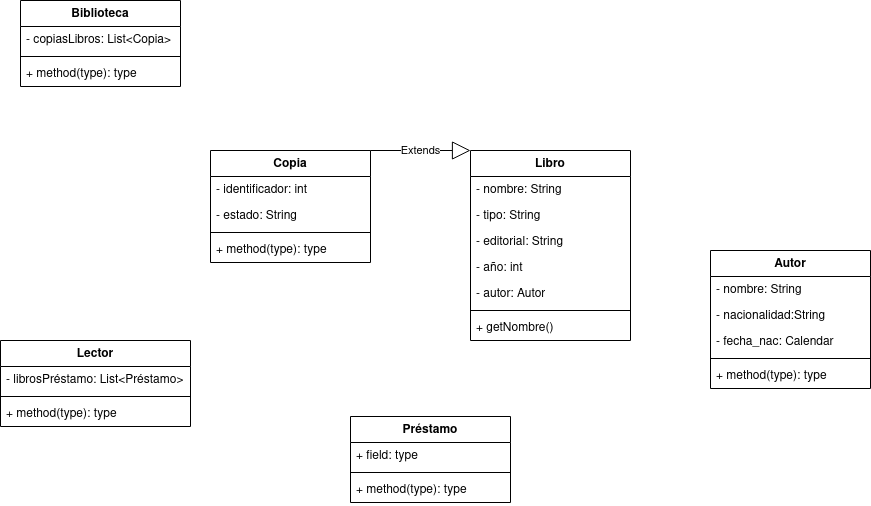
Above: unidad-4/biblioteca-maxi.png in mackstm/ets (draw.io), before the change. Source tidied: cells renumbered, new cells last; positions are measured from the earlier drawing's top-left corner, leaving out a move shared by most shapes. Source of this version:
```xml
<mxGraphModel background="#ffffff">
  <root>
    <mxCell id="0" />
    <mxCell id="1" parent="0" />
    <mxCell id="2" value="Biblioteca" style="swimlane;fontStyle=1;align=center;verticalAlign=top;horizontal=1;startSize=26;whiteSpace=wrap;html=1;" parent="1" vertex="1">
      <mxGeometry x="20" width="160" height="86" as="geometry" />
    </mxCell>
    <mxCell id="3" value="- copiasLibros: List&amp;lt;Copia&amp;gt;" style="text;strokeColor=none;fillColor=none;align=left;verticalAlign=top;spacingLeft=4;spacingRight=4;overflow=hidden;whiteSpace=wrap;html=1;" parent="2" vertex="1">
      <mxGeometry y="26" width="160" height="26" as="geometry" />
    </mxCell>
    <mxCell id="4" style="line;strokeWidth=1;fillColor=none;align=left;verticalAlign=middle;spacingTop=-1;spacingLeft=3;spacingRight=3;labelPosition=right;strokeColor=inherit;" parent="2" vertex="1">
      <mxGeometry y="52" width="160" height="8" as="geometry" />
    </mxCell>
    <mxCell id="5" value="+ method(type): type" style="text;strokeColor=none;fillColor=none;align=left;verticalAlign=top;spacingLeft=4;spacingRight=4;overflow=hidden;whiteSpace=wrap;html=1;" parent="2" vertex="1">
      <mxGeometry y="60" width="160" height="26" as="geometry" />
    </mxCell>
    <mxCell id="6" value="Libro" style="swimlane;fontStyle=1;align=center;verticalAlign=top;horizontal=1;startSize=26;whiteSpace=wrap;html=1;" parent="1" vertex="1">
      <mxGeometry x="470" y="150" width="160" height="190" as="geometry" />
    </mxCell>
    <mxCell id="7" value="&lt;div&gt;- nombre: String&lt;/div&gt;" style="text;strokeColor=none;fillColor=none;align=left;verticalAlign=top;spacingLeft=4;spacingRight=4;overflow=hidden;whiteSpace=wrap;html=1;" parent="6" vertex="1">
      <mxGeometry y="26" width="160" height="26" as="geometry" />
    </mxCell>
    <mxCell id="8" value="- tipo: String" style="text;strokeColor=none;fillColor=none;align=left;verticalAlign=top;spacingLeft=4;spacingRight=4;overflow=hidden;whiteSpace=wrap;html=1;" parent="6" vertex="1">
      <mxGeometry y="52" width="160" height="26" as="geometry" />
    </mxCell>
    <mxCell id="9" value="- editorial: String" style="text;strokeColor=none;fillColor=none;align=left;verticalAlign=top;spacingLeft=4;spacingRight=4;overflow=hidden;whiteSpace=wrap;html=1;" parent="6" vertex="1">
      <mxGeometry y="78" width="160" height="26" as="geometry" />
    </mxCell>
    <mxCell id="10" value="- año: int" style="text;strokeColor=none;fillColor=none;align=left;verticalAlign=top;spacingLeft=4;spacingRight=4;overflow=hidden;whiteSpace=wrap;html=1;" parent="6" vertex="1">
      <mxGeometry y="104" width="160" height="26" as="geometry" />
    </mxCell>
    <mxCell id="11" value="- autor: Autor" style="text;strokeColor=none;fillColor=none;align=left;verticalAlign=top;spacingLeft=4;spacingRight=4;overflow=hidden;whiteSpace=wrap;html=1;" parent="6" vertex="1">
      <mxGeometry y="130" width="160" height="26" as="geometry" />
    </mxCell>
    <mxCell id="12" style="line;strokeWidth=1;fillColor=none;align=left;verticalAlign=middle;spacingTop=-1;spacingLeft=3;spacingRight=3;labelPosition=right;strokeColor=inherit;" parent="6" vertex="1">
      <mxGeometry y="156" width="160" height="8" as="geometry" />
    </mxCell>
    <mxCell id="13" value="+ getNombre()" style="text;strokeColor=none;fillColor=none;align=left;verticalAlign=top;spacingLeft=4;spacingRight=4;overflow=hidden;whiteSpace=wrap;html=1;" parent="6" vertex="1">
      <mxGeometry y="164" width="160" height="26" as="geometry" />
    </mxCell>
    <mxCell id="14" value="Autor" style="swimlane;fontStyle=1;align=center;verticalAlign=top;horizontal=1;startSize=26;whiteSpace=wrap;html=1;" parent="1" vertex="1">
      <mxGeometry x="710" y="250" width="160" height="138" as="geometry" />
    </mxCell>
    <mxCell id="15" value="&lt;div&gt;- nombre: String&lt;/div&gt;" style="text;strokeColor=none;fillColor=none;align=left;verticalAlign=top;spacingLeft=4;spacingRight=4;overflow=hidden;whiteSpace=wrap;html=1;" parent="14" vertex="1">
      <mxGeometry y="26" width="160" height="26" as="geometry" />
    </mxCell>
    <mxCell id="16" value="- nacionalidad:String" style="text;strokeColor=none;fillColor=none;align=left;verticalAlign=top;spacingLeft=4;spacingRight=4;overflow=hidden;whiteSpace=wrap;html=1;" parent="14" vertex="1">
      <mxGeometry y="52" width="160" height="26" as="geometry" />
    </mxCell>
    <mxCell id="17" value="- fecha_nac: Calendar" style="text;strokeColor=none;fillColor=none;align=left;verticalAlign=top;spacingLeft=4;spacingRight=4;overflow=hidden;whiteSpace=wrap;html=1;" parent="14" vertex="1">
      <mxGeometry y="78" width="160" height="26" as="geometry" />
    </mxCell>
    <mxCell id="18" style="line;strokeWidth=1;fillColor=none;align=left;verticalAlign=middle;spacingTop=-1;spacingLeft=3;spacingRight=3;labelPosition=right;strokeColor=inherit;" parent="14" vertex="1">
      <mxGeometry y="104" width="160" height="8" as="geometry" />
    </mxCell>
    <mxCell id="19" value="+ method(type): type" style="text;strokeColor=none;fillColor=none;align=left;verticalAlign=top;spacingLeft=4;spacingRight=4;overflow=hidden;whiteSpace=wrap;html=1;" parent="14" vertex="1">
      <mxGeometry y="112" width="160" height="26" as="geometry" />
    </mxCell>
    <mxCell id="20" value="Copia" style="swimlane;fontStyle=1;align=center;verticalAlign=top;horizontal=1;startSize=26;whiteSpace=wrap;html=1;" parent="1" vertex="1">
      <mxGeometry x="210" y="150" width="160" height="112" as="geometry" />
    </mxCell>
    <mxCell id="21" value="&lt;div&gt;- identificador: int&lt;/div&gt;" style="text;strokeColor=none;fillColor=none;align=left;verticalAlign=top;spacingLeft=4;spacingRight=4;overflow=hidden;whiteSpace=wrap;html=1;" parent="20" vertex="1">
      <mxGeometry y="26" width="160" height="26" as="geometry" />
    </mxCell>
    <mxCell id="22" value="- estado: String" style="text;strokeColor=none;fillColor=none;align=left;verticalAlign=top;spacingLeft=4;spacingRight=4;overflow=hidden;whiteSpace=wrap;html=1;" parent="20" vertex="1">
      <mxGeometry y="52" width="160" height="26" as="geometry" />
    </mxCell>
    <mxCell id="23" style="line;strokeWidth=1;fillColor=none;align=left;verticalAlign=middle;spacingTop=-1;spacingLeft=3;spacingRight=3;labelPosition=right;strokeColor=inherit;" parent="20" vertex="1">
      <mxGeometry y="78" width="160" height="8" as="geometry" />
    </mxCell>
    <mxCell id="24" value="+ method(type): type" style="text;strokeColor=none;fillColor=none;align=left;verticalAlign=top;spacingLeft=4;spacingRight=4;overflow=hidden;whiteSpace=wrap;html=1;" parent="20" vertex="1">
      <mxGeometry y="86" width="160" height="26" as="geometry" />
    </mxCell>
    <mxCell id="25" value="Lector" style="swimlane;fontStyle=1;align=center;verticalAlign=top;horizontal=1;startSize=26;whiteSpace=wrap;html=1;" parent="1" vertex="1">
      <mxGeometry y="340" width="190" height="86" as="geometry" />
    </mxCell>
    <mxCell id="26" value="- librosPréstamo: List&amp;lt;Préstamo&amp;gt;" style="text;strokeColor=none;fillColor=none;align=left;verticalAlign=top;spacingLeft=4;spacingRight=4;overflow=hidden;whiteSpace=wrap;html=1;" parent="25" vertex="1">
      <mxGeometry y="26" width="190" height="26" as="geometry" />
    </mxCell>
    <mxCell id="27" style="line;strokeWidth=1;fillColor=none;align=left;verticalAlign=middle;spacingTop=-1;spacingLeft=3;spacingRight=3;labelPosition=right;strokeColor=inherit;" parent="25" vertex="1">
      <mxGeometry y="52" width="190" height="8" as="geometry" />
    </mxCell>
    <mxCell id="28" value="+ method(type): type" style="text;strokeColor=none;fillColor=none;align=left;verticalAlign=top;spacingLeft=4;spacingRight=4;overflow=hidden;whiteSpace=wrap;html=1;" parent="25" vertex="1">
      <mxGeometry y="60" width="190" height="26" as="geometry" />
    </mxCell>
    <mxCell id="29" value="Préstamo" style="swimlane;fontStyle=1;align=center;verticalAlign=top;horizontal=1;startSize=26;whiteSpace=wrap;html=1;" parent="1" vertex="1">
      <mxGeometry x="350" y="416" width="160" height="86" as="geometry" />
    </mxCell>
    <mxCell id="30" value="+ field: type" style="text;strokeColor=none;fillColor=none;align=left;verticalAlign=top;spacingLeft=4;spacingRight=4;overflow=hidden;whiteSpace=wrap;html=1;" parent="29" vertex="1">
      <mxGeometry y="26" width="160" height="26" as="geometry" />
    </mxCell>
    <mxCell id="31" style="line;strokeWidth=1;fillColor=none;align=left;verticalAlign=middle;spacingTop=-1;spacingLeft=3;spacingRight=3;labelPosition=right;strokeColor=inherit;" parent="29" vertex="1">
      <mxGeometry y="52" width="160" height="8" as="geometry" />
    </mxCell>
    <mxCell id="32" value="+ method(type): type" style="text;strokeColor=none;fillColor=none;align=left;verticalAlign=top;spacingLeft=4;spacingRight=4;overflow=hidden;whiteSpace=wrap;html=1;" parent="29" vertex="1">
      <mxGeometry y="60" width="160" height="26" as="geometry" />
    </mxCell>
    <mxCell id="33" value="Extends" style="endArrow=block;endSize=16;endFill=0;html=1;rounded=0;exitX=1;exitY=0;exitDx=0;exitDy=0;entryX=0;entryY=0;entryDx=0;entryDy=0;" parent="1" edge="1" source="20" target="6">
      <mxGeometry relative="1" as="geometry" />
    </mxCell>
  </root>
</mxGraphModel>
```
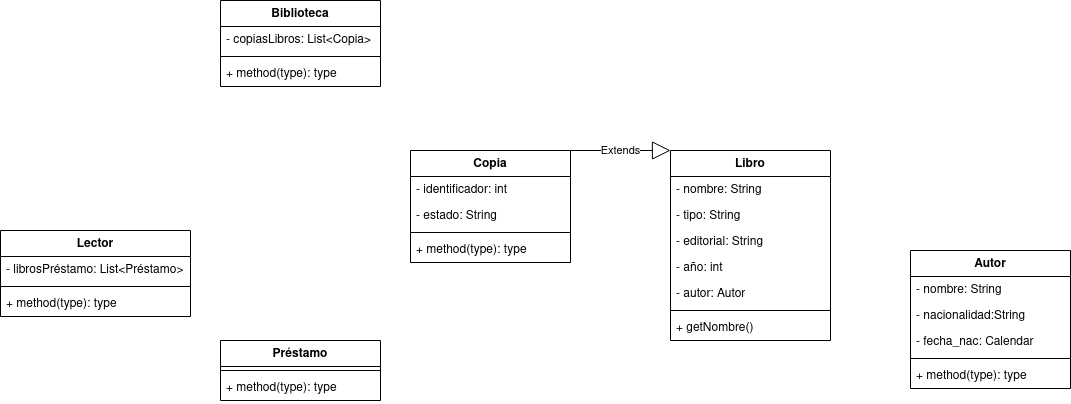
Later version of the same file.

Change to the diagram source:
```diff
@@ -72,7 +72,7 @@
       <mxGeometry y="86" width="160" height="26" as="geometry" />
     </mxCell>
     <mxCell id="25" value="Lector" style="swimlane;fontStyle=1;align=center;verticalAlign=top;horizontal=1;startSize=26;whiteSpace=wrap;html=1;" parent="1" vertex="1">
-      <mxGeometry y="340" width="190" height="86" as="geometry" />
+      <mxGeometry x="-200" y="230" width="190" height="86" as="geometry" />
     </mxCell>
     <mxCell id="26" value="- librosPréstamo: List&amp;lt;Préstamo&amp;gt;" style="text;strokeColor=none;fillColor=none;align=left;verticalAlign=top;spacingLeft=4;spacingRight=4;overflow=hidden;whiteSpace=wrap;html=1;" parent="25" vertex="1">
       <mxGeometry y="26" width="190" height="26" as="geometry" />
@@ -84,16 +84,13 @@
       <mxGeometry y="60" width="190" height="26" as="geometry" />
     </mxCell>
     <mxCell id="29" value="Préstamo" style="swimlane;fontStyle=1;align=center;verticalAlign=top;horizontal=1;startSize=26;whiteSpace=wrap;html=1;" parent="1" vertex="1">
-      <mxGeometry x="350" y="416" width="160" height="86" as="geometry" />
+      <mxGeometry x="20" y="340" width="160" height="60" as="geometry" />
     </mxCell>
-    <mxCell id="30" value="+ field: type" style="text;strokeColor=none;fillColor=none;align=left;verticalAlign=top;spacingLeft=4;spacingRight=4;overflow=hidden;whiteSpace=wrap;html=1;" parent="29" vertex="1">
-      <mxGeometry y="26" width="160" height="26" as="geometry" />
-    </mxCell>
     <mxCell id="31" style="line;strokeWidth=1;fillColor=none;align=left;verticalAlign=middle;spacingTop=-1;spacingLeft=3;spacingRight=3;labelPosition=right;strokeColor=inherit;" parent="29" vertex="1">
-      <mxGeometry y="52" width="160" height="8" as="geometry" />
+      <mxGeometry y="26" width="160" height="8" as="geometry" />
     </mxCell>
     <mxCell id="32" value="+ method(type): type" style="text;strokeColor=none;fillColor=none;align=left;verticalAlign=top;spacingLeft=4;spacingRight=4;overflow=hidden;whiteSpace=wrap;html=1;" parent="29" vertex="1">
-      <mxGeometry y="60" width="160" height="26" as="geometry" />
+      <mxGeometry y="34" width="160" height="26" as="geometry" />
     </mxCell>
     <mxCell id="33" value="Extends" style="endArrow=block;endSize=16;endFill=0;html=1;rounded=0;exitX=1;exitY=0;exitDx=0;exitDy=0;entryX=0;entryY=0;entryDx=0;entryDy=0;" parent="1" edge="1" source="20" target="6">
       <mxGeometry relative="1" as="geometry" />
```
